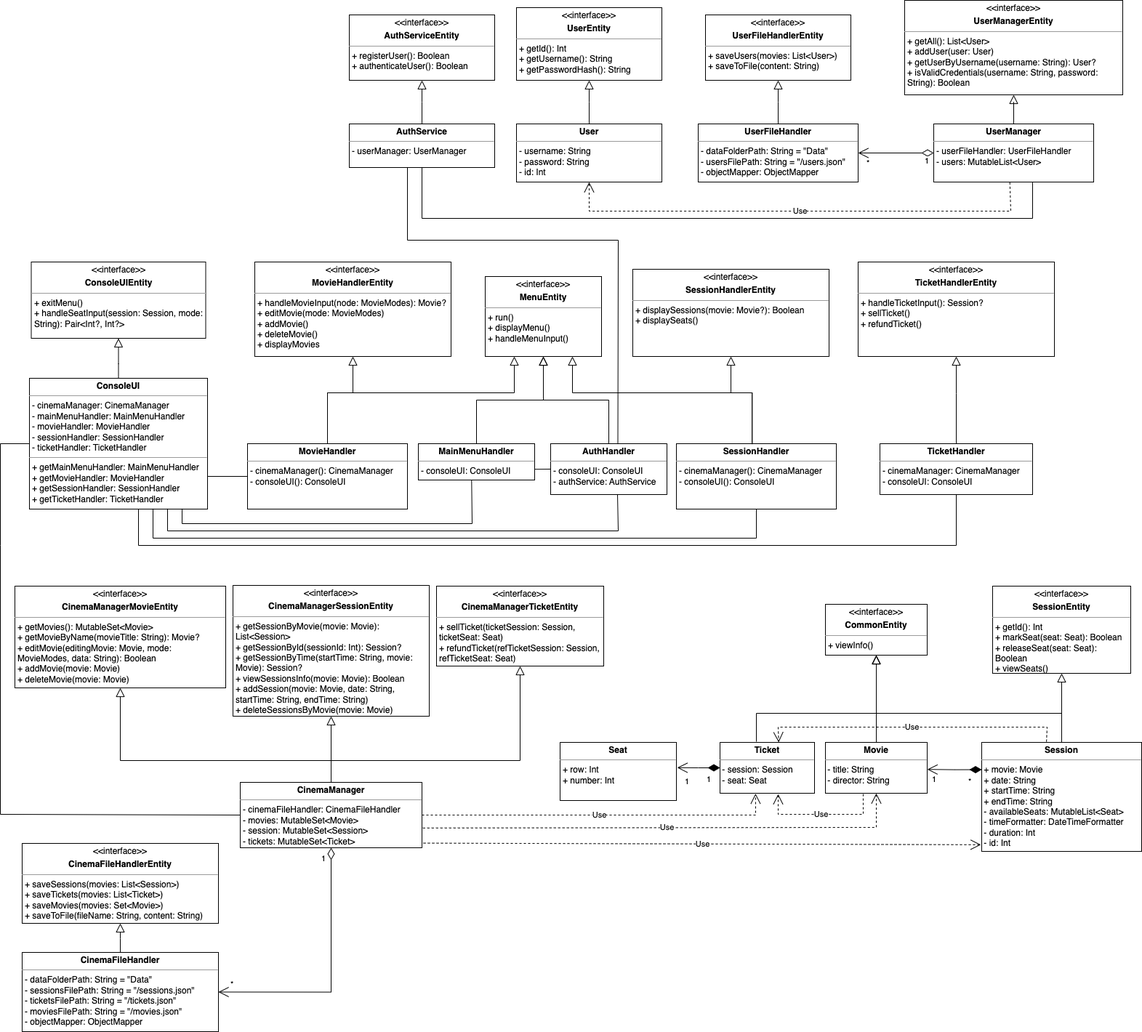
Before: cinemaApp/class-diagram.png, a diagram exported from draw.io (flowykk/KPO). Source tidied: cells renumbered, new cells last; positions are measured from the earlier drawing's top-left corner, leaving out a move shared by most shapes.
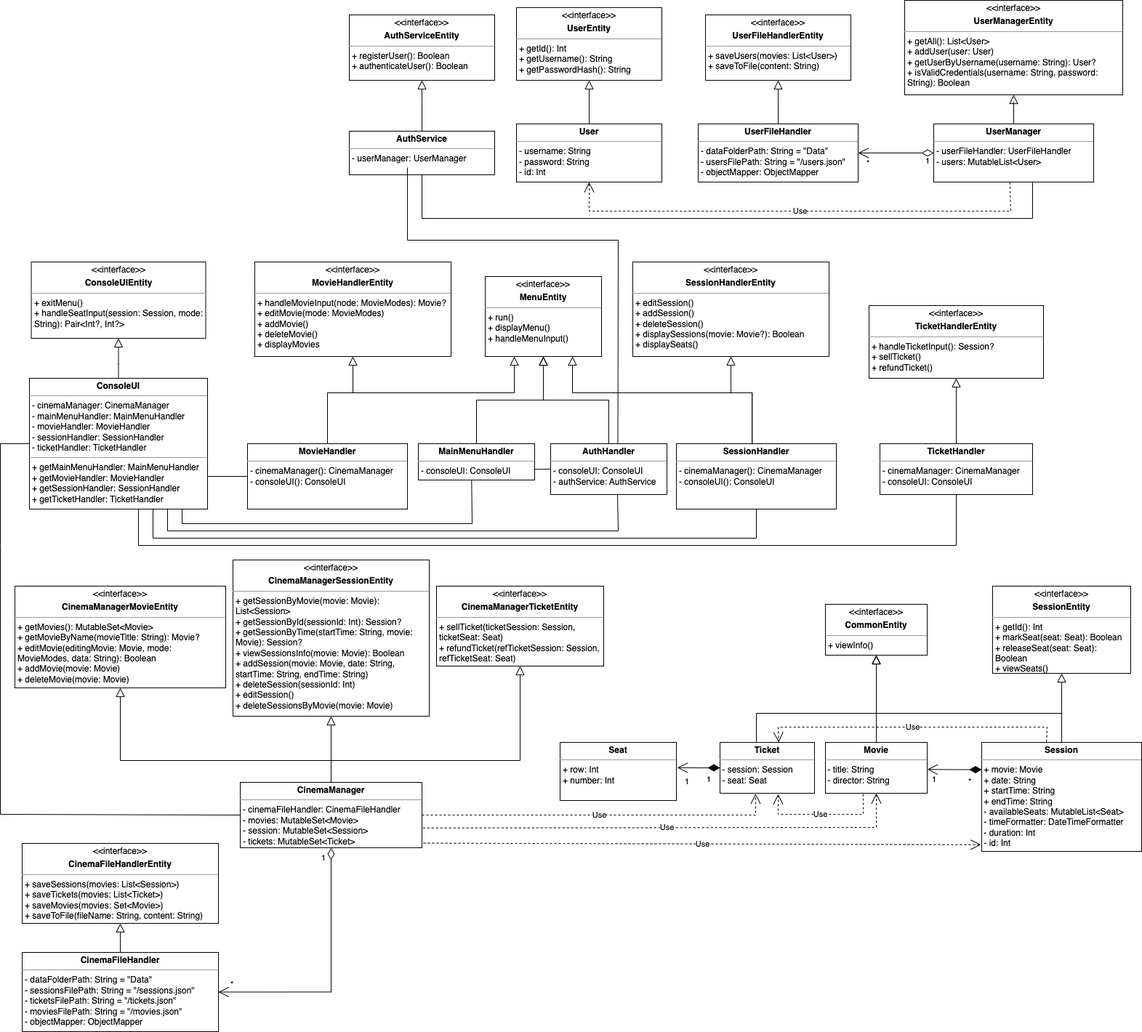
Above is the later version.

Change to the diagram source:
```diff
@@ -35,8 +35,8 @@
         </Array>
       </mxGeometry>
     </mxCell>
-    <mxCell id="9" value="&lt;p style=&quot;margin:0px;margin-top:4px;text-align:center;&quot;&gt;&amp;lt;&amp;lt;interface&amp;gt;&amp;gt;&lt;/p&gt;&lt;p style=&quot;margin:0px;margin-top:4px;text-align:center;&quot;&gt;&lt;b&gt;SessionHandlerEntity&lt;/b&gt;&lt;/p&gt;&lt;hr size=&quot;1&quot;&gt;&lt;p style=&quot;margin:0px;margin-left:4px;&quot;&gt;&lt;/p&gt;&lt;p style=&quot;margin:0px;margin-left:4px;&quot;&gt;+&amp;nbsp;displaySessions&lt;span style=&quot;background-color: initial;&quot;&gt;(movie: Movie?): Boolean&lt;/span&gt;&lt;/p&gt;&lt;p style=&quot;margin:0px;margin-left:4px;&quot;&gt;+ displaySeats()&lt;/p&gt;" style="verticalAlign=top;align=left;overflow=fill;fontSize=12;fontFamily=Helvetica;html=1;whiteSpace=wrap;" parent="1" vertex="1">
-      <mxGeometry x="870" y="370" width="270" height="120" as="geometry" />
+    <mxCell id="9" value="&lt;p style=&quot;margin:0px;margin-top:4px;text-align:center;&quot;&gt;&amp;lt;&amp;lt;interface&amp;gt;&amp;gt;&lt;/p&gt;&lt;p style=&quot;margin:0px;margin-top:4px;text-align:center;&quot;&gt;&lt;b&gt;SessionHandlerEntity&lt;/b&gt;&lt;/p&gt;&lt;hr size=&quot;1&quot;&gt;&lt;p style=&quot;margin:0px;margin-left:4px;&quot;&gt;&lt;/p&gt;&lt;p style=&quot;margin:0px;margin-left:4px;&quot;&gt;+ editSession()&lt;/p&gt;&lt;p style=&quot;margin:0px;margin-left:4px;&quot;&gt;+ addSession()&lt;/p&gt;&lt;p style=&quot;margin:0px;margin-left:4px;&quot;&gt;+ deleteSession()&lt;/p&gt;&lt;p style=&quot;margin:0px;margin-left:4px;&quot;&gt;+&amp;nbsp;displaySessions&lt;span style=&quot;background-color: initial;&quot;&gt;(movie: Movie?): Boolean&lt;/span&gt;&lt;/p&gt;&lt;p style=&quot;margin:0px;margin-left:4px;&quot;&gt;+ displaySeats()&lt;/p&gt;" style="verticalAlign=top;align=left;overflow=fill;fontSize=12;fontFamily=Helvetica;html=1;whiteSpace=wrap;" parent="1" vertex="1">
+      <mxGeometry x="870" y="360" width="270" height="130" as="geometry" />
     </mxCell>
     <mxCell id="10" style="endArrow=block;endSize=10;endFill=0;shadow=0;strokeWidth=1;rounded=0;edgeStyle=elbowEdgeStyle;elbow=vertical;exitX=0.474;exitY=-0.011;exitDx=0;exitDy=0;entryX=0.5;entryY=1;entryDx=0;entryDy=0;exitPerimeter=0;" parent="1" edge="1" source="11" target="9">
       <mxGeometry relative="1" as="geometry">
@@ -56,7 +56,7 @@
       </mxGeometry>
     </mxCell>
     <mxCell id="13" value="&lt;p style=&quot;margin:0px;margin-top:4px;text-align:center;&quot;&gt;&lt;b&gt;AuthService&lt;/b&gt;&lt;/p&gt;&lt;hr size=&quot;1&quot;&gt;&lt;p style=&quot;margin:0px;margin-left:4px;&quot;&gt;- userManager: UserManager&lt;/p&gt;&lt;p style=&quot;margin:0px;margin-left:4px;&quot;&gt;&lt;br&gt;&lt;/p&gt;" style="verticalAlign=top;align=left;overflow=fill;fontSize=12;fontFamily=Helvetica;html=1;whiteSpace=wrap;" parent="1" vertex="1">
-      <mxGeometry x="480" y="170" width="200" height="60" as="geometry" />
+      <mxGeometry x="480" y="180" width="200" height="60" as="geometry" />
     </mxCell>
     <mxCell id="14" value="&lt;p style=&quot;margin:0px;margin-top:4px;text-align:center;&quot;&gt;&lt;b&gt;TicketHandler&lt;/b&gt;&lt;/p&gt;&lt;hr size=&quot;1&quot;&gt;&lt;p style=&quot;margin:0px;margin-left:4px;&quot;&gt;- cinemaManager: CinemaManager&lt;/p&gt;&lt;p style=&quot;margin:0px;margin-left:4px;&quot;&gt;- consoleUI: ConsoleUI&lt;/p&gt;&lt;p style=&quot;margin:0px;margin-left:4px;&quot;&gt;&lt;br&gt;&lt;/p&gt;" style="verticalAlign=top;align=left;overflow=fill;fontSize=12;fontFamily=Helvetica;html=1;whiteSpace=wrap;" parent="1" vertex="1">
       <mxGeometry x="1210" y="610" width="210" height="70" as="geometry" />
@@ -64,12 +64,12 @@
     <mxCell id="15" style="endArrow=block;endSize=10;endFill=0;shadow=0;strokeWidth=1;rounded=0;edgeStyle=elbowEdgeStyle;elbow=vertical;exitX=0.5;exitY=0;exitDx=0;exitDy=0;entryX=0.5;entryY=1;entryDx=0;entryDy=0;" parent="1" edge="1" source="14" target="16">
       <mxGeometry relative="1" as="geometry">
         <Array as="points">
-          <mxPoint x="1446" y="541" />
+          <mxPoint x="1315" y="550" />
         </Array>
       </mxGeometry>
     </mxCell>
     <mxCell id="16" value="&lt;p style=&quot;margin:0px;margin-top:4px;text-align:center;&quot;&gt;&amp;lt;&amp;lt;interface&amp;gt;&amp;gt;&lt;b&gt;&lt;br&gt;&lt;/b&gt;&lt;/p&gt;&lt;p style=&quot;margin:0px;margin-top:4px;text-align:center;&quot;&gt;&lt;b&gt;TicketHandlerEntity&lt;/b&gt;&lt;/p&gt;&lt;hr size=&quot;1&quot;&gt;&lt;p style=&quot;margin:0px;margin-left:4px;&quot;&gt;&lt;/p&gt;&lt;p style=&quot;margin:0px;margin-left:4px;&quot;&gt;+ handleTicketInput(): Session?&lt;br&gt;&lt;/p&gt;&lt;p style=&quot;margin:0px;margin-left:4px;&quot;&gt;+ sellTicket()&lt;br&gt;&lt;/p&gt;&lt;p style=&quot;margin:0px;margin-left:4px;&quot;&gt;+ refundTicket()&lt;/p&gt;" style="verticalAlign=top;align=left;overflow=fill;fontSize=12;fontFamily=Helvetica;html=1;whiteSpace=wrap;" parent="1" vertex="1">
-      <mxGeometry x="1180" y="360" width="270" height="130" as="geometry" />
+      <mxGeometry x="1195" y="420" width="240" height="100" as="geometry" />
     </mxCell>
     <mxCell id="17" style="endArrow=block;endSize=10;endFill=0;shadow=0;strokeWidth=1;rounded=0;edgeStyle=elbowEdgeStyle;elbow=vertical;exitX=0.5;exitY=0;exitDx=0;exitDy=0;entryX=0.5;entryY=1;entryDx=0;entryDy=0;" parent="1" edge="1" source="21" target="18">
       <mxGeometry relative="1" as="geometry">
@@ -81,8 +81,8 @@
     <mxCell id="18" value="&lt;p style=&quot;margin:0px;margin-top:4px;text-align:center;&quot;&gt;&amp;lt;&amp;lt;interface&amp;gt;&amp;gt;&lt;b&gt;&lt;br&gt;&lt;/b&gt;&lt;/p&gt;&lt;p style=&quot;margin:0px;margin-top:4px;text-align:center;&quot;&gt;&lt;b&gt;CinemaManagerMovieEntity&lt;/b&gt;&lt;/p&gt;&lt;hr size=&quot;1&quot;&gt;&lt;p style=&quot;margin:0px;margin-left:4px;&quot;&gt;&lt;/p&gt;&lt;p style=&quot;border-color: var(--border-color); margin: 0px 0px 0px 4px;&quot;&gt;+&amp;nbsp;getMovies(): MutableSet&amp;lt;Movie&amp;gt;&lt;br style=&quot;border-color: var(--border-color);&quot;&gt;&lt;/p&gt;&lt;p style=&quot;border-color: var(--border-color); margin: 0px 0px 0px 4px;&quot;&gt;+&amp;nbsp;getMovieByName(movieTitle: String): Movie?&lt;/p&gt;&lt;p style=&quot;margin:0px;margin-left:4px;&quot;&gt;&lt;span style=&quot;background-color: initial;&quot;&gt;+&amp;nbsp;editMovie(editingMovie: Movie, mode: MovieModes, data: String): Boolean&lt;/span&gt;&lt;br&gt;&lt;/p&gt;&lt;p style=&quot;margin:0px;margin-left:4px;&quot;&gt;+&amp;nbsp;addMovie(movie: Movie)&lt;/p&gt;&lt;p style=&quot;margin:0px;margin-left:4px;&quot;&gt;+&amp;nbsp;deleteMovie(movie: Movie)&lt;/p&gt;" style="verticalAlign=top;align=left;overflow=fill;fontSize=12;fontFamily=Helvetica;html=1;whiteSpace=wrap;" parent="1" vertex="1">
       <mxGeometry x="20" y="806" width="290" height="140" as="geometry" />
     </mxCell>
-    <mxCell id="19" value="&lt;p style=&quot;margin:0px;margin-top:4px;text-align:center;&quot;&gt;&amp;lt;&amp;lt;interface&amp;gt;&amp;gt;&lt;b&gt;&lt;br&gt;&lt;/b&gt;&lt;/p&gt;&lt;p style=&quot;margin:0px;margin-top:4px;text-align:center;&quot;&gt;&lt;b&gt;CinemaManagerSessionEntity&lt;/b&gt;&lt;/p&gt;&lt;hr size=&quot;1&quot;&gt;&lt;p style=&quot;margin:0px;margin-left:4px;&quot;&gt;&lt;/p&gt;&lt;p style=&quot;border-color: var(--border-color); margin: 0px 0px 0px 4px;&quot;&gt;+&amp;nbsp;getSessionByMovie(movie: Movie): List&amp;lt;Session&amp;gt;&lt;/p&gt;&lt;p style=&quot;border-color: var(--border-color); margin: 0px 0px 0px 4px;&quot;&gt;+&amp;nbsp;getSessionById(sessionId: Int): Session?&lt;/p&gt;&lt;p style=&quot;border-color: var(--border-color); margin: 0px 0px 0px 4px;&quot;&gt;+&amp;nbsp;getSessionByTime(startTime: String, movie: Movie): Session?&lt;/p&gt;&lt;p style=&quot;border-color: var(--border-color); margin: 0px 0px 0px 4px;&quot;&gt;+&amp;nbsp;viewSessionsInfo(movie: Movie): Boolean&lt;br&gt;&lt;/p&gt;&lt;p style=&quot;margin:0px;margin-left:4px;&quot;&gt;+&amp;nbsp;addSession(movie: Movie, date: String, startTime: String, endTime: String)&lt;/p&gt;&lt;p style=&quot;margin:0px;margin-left:4px;&quot;&gt;+&amp;nbsp;deleteSessionsByMovie(movie: Movie)&lt;/p&gt;" style="verticalAlign=top;align=left;overflow=fill;fontSize=12;fontFamily=Helvetica;html=1;whiteSpace=wrap;" parent="1" vertex="1">
-      <mxGeometry x="320" y="805" width="270" height="180" as="geometry" />
+    <mxCell id="19" value="&lt;p style=&quot;margin:0px;margin-top:4px;text-align:center;&quot;&gt;&amp;lt;&amp;lt;interface&amp;gt;&amp;gt;&lt;b&gt;&lt;br&gt;&lt;/b&gt;&lt;/p&gt;&lt;p style=&quot;margin:0px;margin-top:4px;text-align:center;&quot;&gt;&lt;b&gt;CinemaManagerSessionEntity&lt;/b&gt;&lt;/p&gt;&lt;hr size=&quot;1&quot;&gt;&lt;p style=&quot;margin:0px;margin-left:4px;&quot;&gt;&lt;/p&gt;&lt;p style=&quot;border-color: var(--border-color); margin: 0px 0px 0px 4px;&quot;&gt;+&amp;nbsp;getSessionByMovie(movie: Movie): List&amp;lt;Session&amp;gt;&lt;/p&gt;&lt;p style=&quot;border-color: var(--border-color); margin: 0px 0px 0px 4px;&quot;&gt;+&amp;nbsp;getSessionById(sessionId: Int): Session?&lt;/p&gt;&lt;p style=&quot;border-color: var(--border-color); margin: 0px 0px 0px 4px;&quot;&gt;+&amp;nbsp;getSessionByTime(startTime: String, movie: Movie): Session?&lt;/p&gt;&lt;p style=&quot;border-color: var(--border-color); margin: 0px 0px 0px 4px;&quot;&gt;+&amp;nbsp;viewSessionsInfo(movie: Movie): Boolean&lt;br&gt;&lt;/p&gt;&lt;p style=&quot;margin:0px;margin-left:4px;&quot;&gt;+&amp;nbsp;addSession(movie: Movie, date: String, startTime: String, endTime: String)&lt;/p&gt;&lt;p style=&quot;margin:0px;margin-left:4px;&quot;&gt;+ deleteSession(sessionId: Int)&lt;/p&gt;&lt;p style=&quot;margin:0px;margin-left:4px;&quot;&gt;+ editSession()&lt;/p&gt;&lt;p style=&quot;margin:0px;margin-left:4px;&quot;&gt;+&amp;nbsp;deleteSessionsByMovie(movie: Movie)&lt;/p&gt;" style="verticalAlign=top;align=left;overflow=fill;fontSize=12;fontFamily=Helvetica;html=1;whiteSpace=wrap;" parent="1" vertex="1">
+      <mxGeometry x="320" y="770" width="270" height="215" as="geometry" />
     </mxCell>
     <mxCell id="20" value="&lt;p style=&quot;margin:0px;margin-top:4px;text-align:center;&quot;&gt;&amp;lt;&amp;lt;interface&amp;gt;&amp;gt;&lt;b&gt;&lt;br&gt;&lt;/b&gt;&lt;/p&gt;&lt;p style=&quot;margin:0px;margin-top:4px;text-align:center;&quot;&gt;&lt;b&gt;CinemaManagerTicketEntity&lt;/b&gt;&lt;/p&gt;&lt;hr size=&quot;1&quot;&gt;&lt;p style=&quot;margin:0px;margin-left:4px;&quot;&gt;&lt;/p&gt;&lt;p style=&quot;margin:0px;margin-left:4px;&quot;&gt;&lt;span style=&quot;background-color: initial;&quot;&gt;+&amp;nbsp;sellTicket(ticketSession: Session, ticketSeat: Seat)&lt;/span&gt;&lt;br&gt;&lt;/p&gt;&lt;p style=&quot;margin:0px;margin-left:4px;&quot;&gt;+&amp;nbsp;refundTicket(refTicketSession: Session, refTicketSeat: Seat)&lt;/p&gt;" style="verticalAlign=top;align=left;overflow=fill;fontSize=12;fontFamily=Helvetica;html=1;whiteSpace=wrap;" parent="1" vertex="1">
       <mxGeometry x="600" y="806" width="230" height="110" as="geometry" />
```
